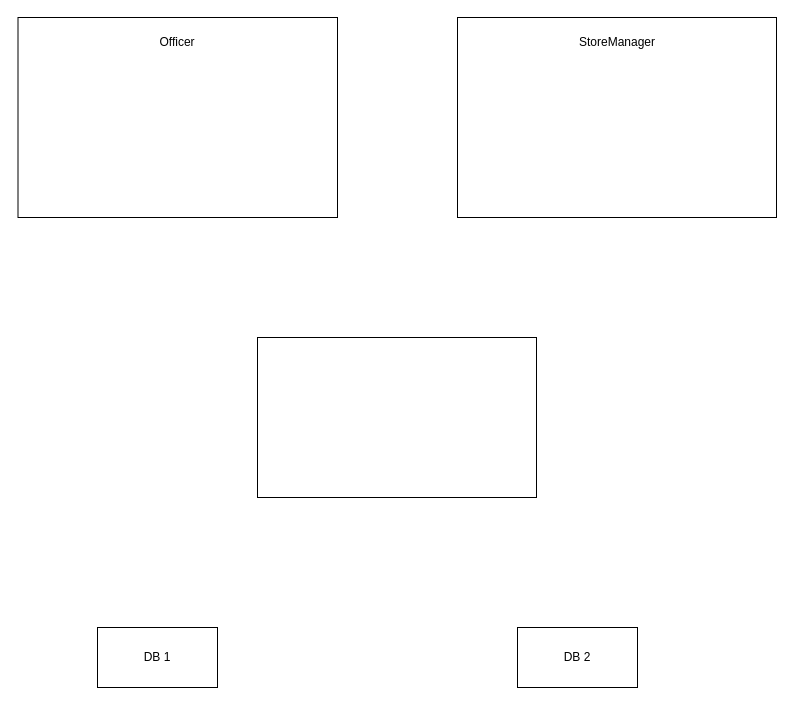
This is docs/Capitolo6/Architettura.drawio from AccaEmme/CARE, a draw.io file, before an edit. Source tidied: cells renumbered, new cells numbered last; positions are measured from the earlier drawing's top-left corner, leaving out a move shared by most shapes. Both pictures are drawn from the tidied source at 100%, with x=0, y=0 at pixel (17, 17).
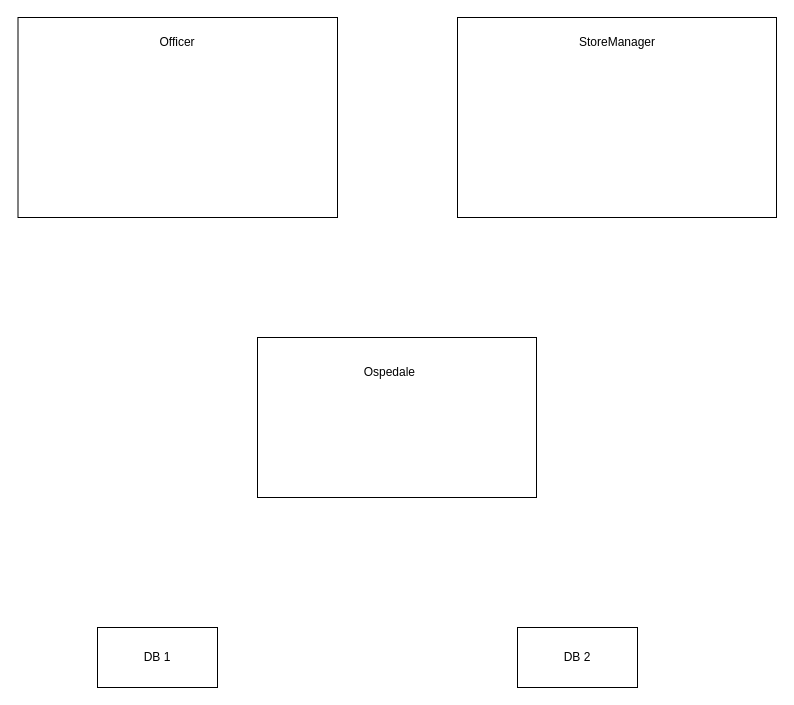
The same page after the edit.

The edit, as a diff of the source:
```diff
@@
 <mxGraphModel>
   <root>
     <mxCell id="0" />
     <mxCell id="1" parent="0" />
     <mxCell id="2" value="DB 2" style="rounded=0;whiteSpace=wrap;html=1;" parent="1" vertex="1">
       <mxGeometry x="500" y="610" width="120" height="60" as="geometry" />
     </mxCell>
     <mxCell id="3" value="DB 1" style="rounded=0;whiteSpace=wrap;html=1;" parent="1" vertex="1">
       <mxGeometry x="80" y="610" width="120" height="60" as="geometry" />
     </mxCell>
     <mxCell id="4" style="rounded=0;whiteSpace=wrap;html=1;" parent="1" vertex="1">
       <mxGeometry x="240" y="320" width="279" height="160" as="geometry" />
     </mxCell>
     <mxCell id="5" style="rounded=0;whiteSpace=wrap;html=1;" parent="1" vertex="1">
       <mxGeometry x="440" width="319" height="200" as="geometry" />
     </mxCell>
     <mxCell id="6" style="rounded=0;whiteSpace=wrap;html=1;" parent="1" vertex="1">
       <mxGeometry x="0.5" width="319.5" height="200" as="geometry" />
     </mxCell>
     <mxCell id="7" value="Officer" style="text;html=1;strokeColor=none;fillColor=none;align=center;verticalAlign=middle;whiteSpace=wrap;rounded=0;" parent="1" vertex="1">
       <mxGeometry x="105.4" y="10" width="109.8" height="30" as="geometry" />
     </mxCell>
     <mxCell id="8" value="StoreManager" style="text;html=1;strokeColor=none;fillColor=none;align=center;verticalAlign=middle;whiteSpace=wrap;rounded=0;" parent="1" vertex="1">
       <mxGeometry x="559.5" y="7.5" width="80" height="35" as="geometry" />
     </mxCell>
+    <mxCell id="9" value="Ospedale&amp;nbsp;" style="text;html=1;strokeColor=none;fillColor=none;align=center;verticalAlign=middle;whiteSpace=wrap;rounded=0;" parent="1" vertex="1">
+      <mxGeometry x="341" y="340" width="66" height="30" as="geometry" />
+    </mxCell>
   </root>
 </mxGraphModel>
```
